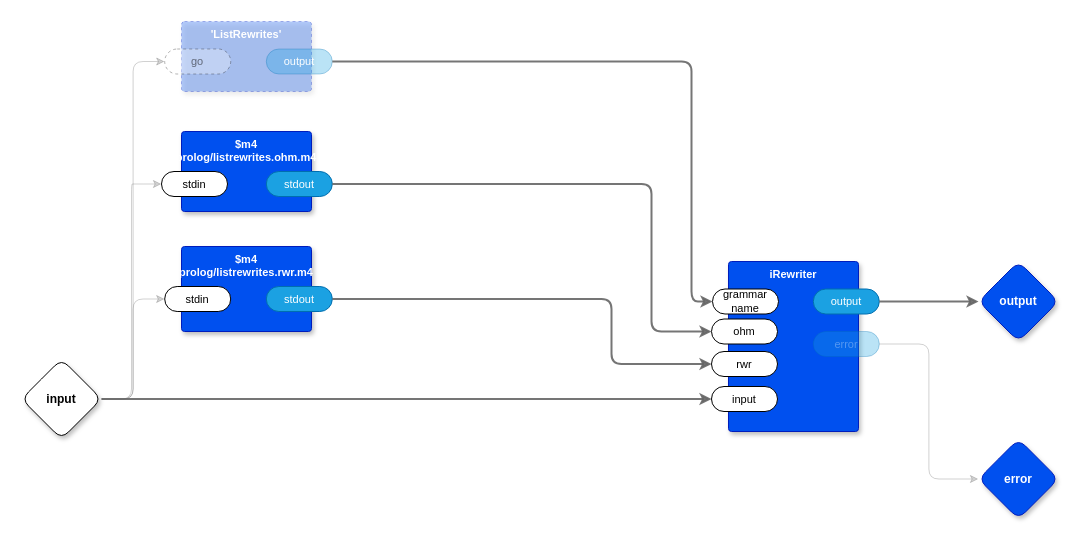
Earlier version of the draw.io diagram page "List Rewrites" (9 of 20) of js/js.drawio (guitarvydas/transpiler). Source tidied: cells renumbered, new cells numbered last; positions are measured from the earlier drawing's top-left corner, leaving out a move shared by most shapes. Both pictures are drawn from the tidied source at 100%, with x=0, y=0 at pixel (21, 21).
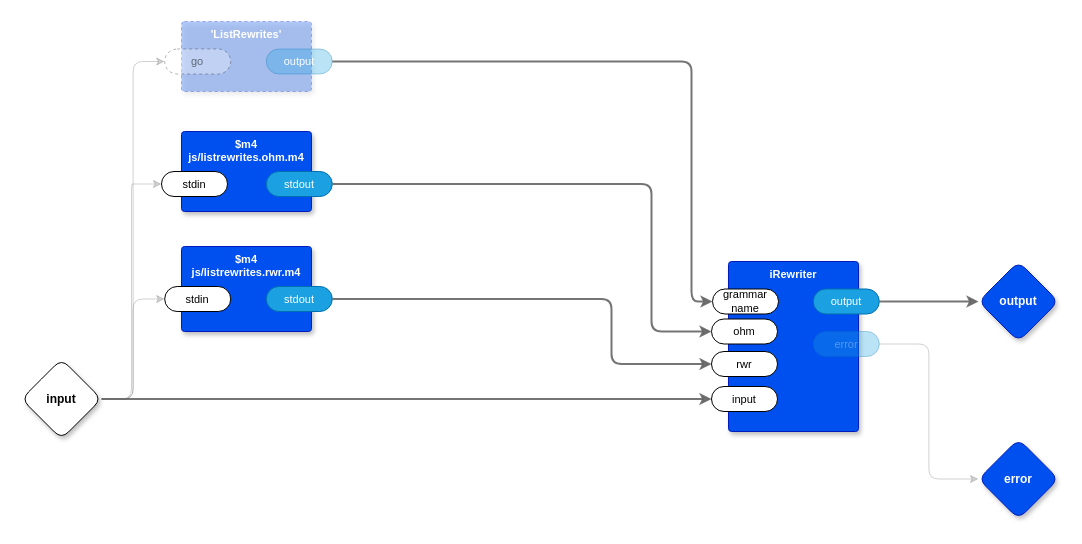
Above is the later version.

Change to the diagram source:
```diff
@@
-    <mxCell id="22" value="$m4 prolog/listrewrites.ohm.m4" style="rounded=1;whiteSpace=wrap;html=1;sketch=0;verticalAlign=top;arcSize=6;fontStyle=1;absoluteArcSize=1;shadow=1;strokeColor=#001DBC;fillColor=#0050ef;fontColor=#ffffff;fontFamily=Helvetica;fontSize=11;" parent="1" vertex="1">
+    <mxCell id="22" value="$m4 js/listrewrites.ohm.m4" style="rounded=1;whiteSpace=wrap;html=1;sketch=0;verticalAlign=top;arcSize=6;fontStyle=1;absoluteArcSize=1;shadow=1;strokeColor=#001DBC;fillColor=#0050ef;fontColor=#ffffff;fontFamily=Helvetica;fontSize=11;" parent="1" vertex="1">
       <mxGeometry x="160" y="110" width="130" height="80" as="geometry" />
     </mxCell>
@@
-    <mxCell id="26" value="$m4 prolog/listrewrites.rwr.m4" style="rounded=1;whiteSpace=wrap;html=1;sketch=0;verticalAlign=top;arcSize=6;fontStyle=1;absoluteArcSize=1;shadow=1;strokeColor=#001DBC;fillColor=#0050ef;fontColor=#ffffff;fontFamily=Helvetica;fontSize=11;" parent="1" vertex="1">
+    <mxCell id="26" value="$m4 js/listrewrites.rwr.m4" style="rounded=1;whiteSpace=wrap;html=1;sketch=0;verticalAlign=top;arcSize=6;fontStyle=1;absoluteArcSize=1;shadow=1;strokeColor=#001DBC;fillColor=#0050ef;fontColor=#ffffff;fontFamily=Helvetica;fontSize=11;" parent="1" vertex="1">
       <mxGeometry x="160" y="225" width="130" height="85" as="geometry" />
     </mxCell>
```
